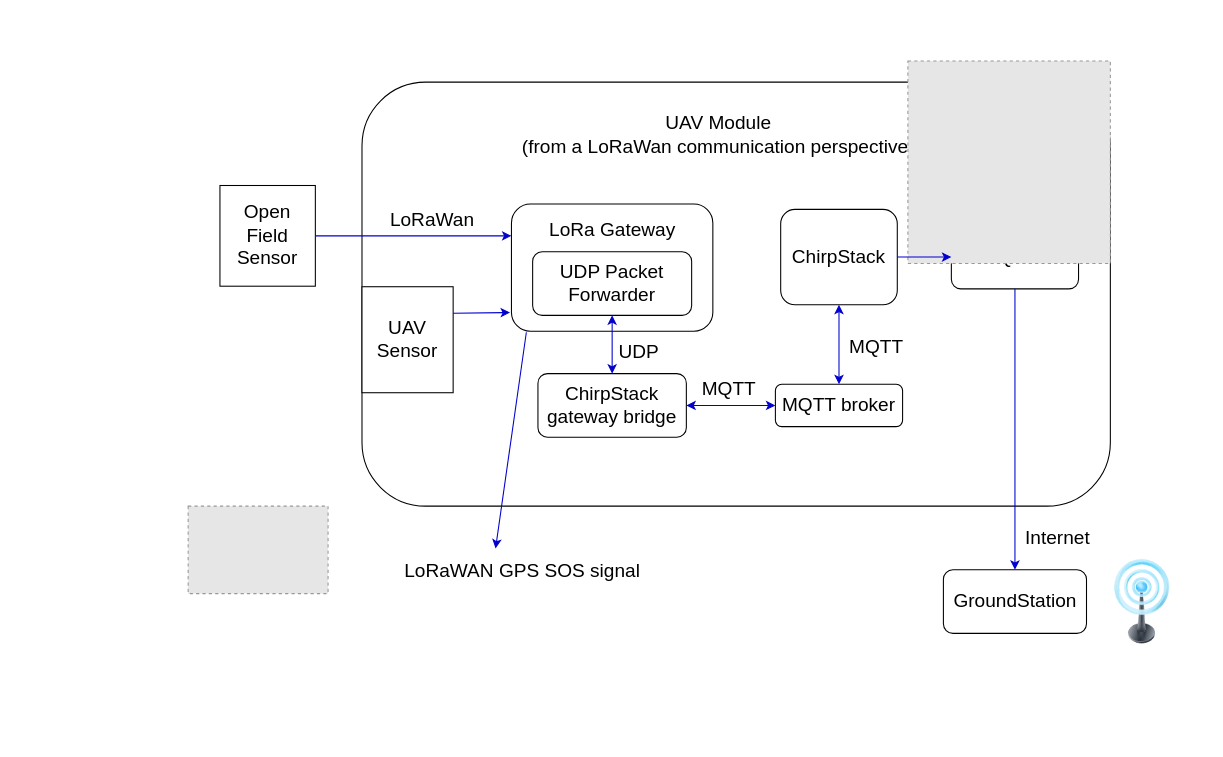
This is page "UAV" (4 of 4) of M2.drawio from PECI-Grupo-12-Drones/diagrams, a draw.io file, before an edit. Source tidied: cells renumbered, new cells numbered last; positions are measured from the earlier drawing's top-left corner, leaving out a move shared by most shapes. Both pictures are drawn from the tidied source at 106%, with x=0, y=0 at pixel (156, 60). Pictures stored in the file or linked from it are replaced by grey dashed boxes.
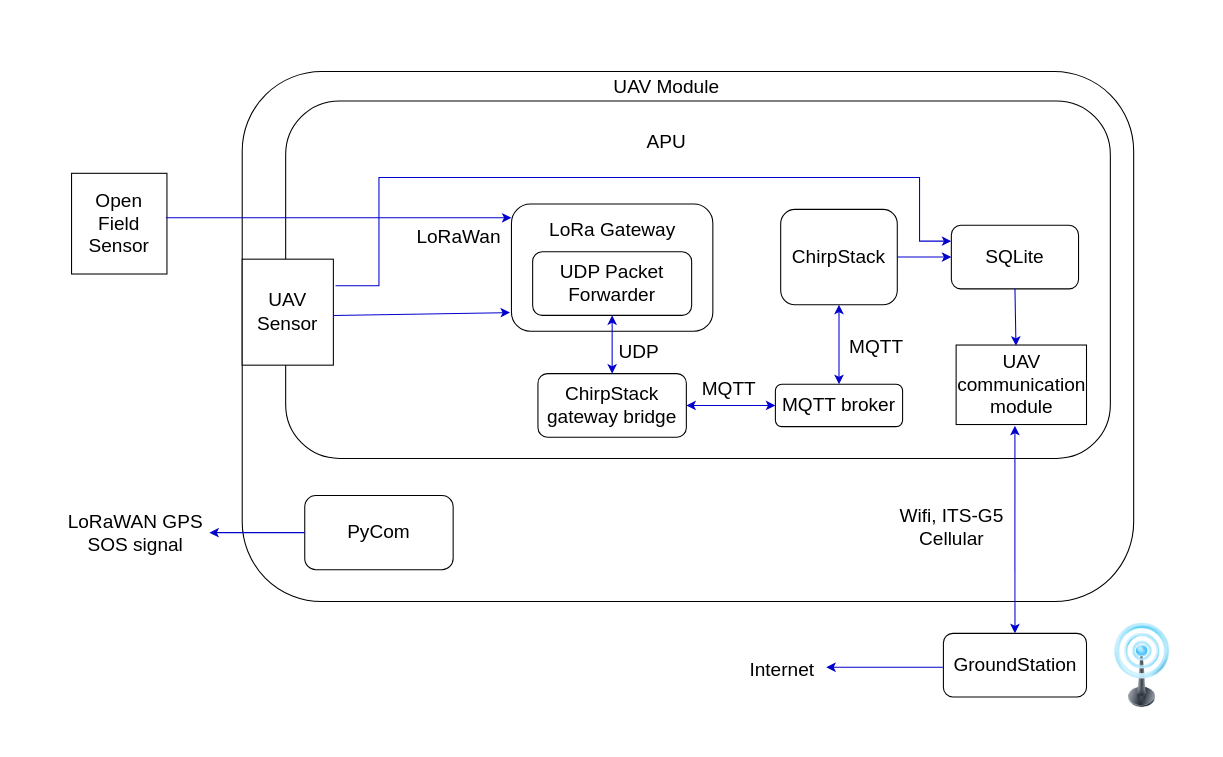
The same diagram, later.

The change refers to these unchanged cells:
```xml
<mxCell id="5" value="&lt;font style=&quot;font-size: 18px;&quot;&gt;ChirpStack&lt;/font&gt;" style="rounded=1;whiteSpace=wrap;html=1;" parent="1" vertex="1">
  <mxGeometry x="589" y="140" width="110" height="90" as="geometry" />
</mxCell>
<mxCell id="6" style="rounded=1;whiteSpace=wrap;html=1;" parent="1" vertex="1">
  <mxGeometry x="335" y="135" width="190" height="120" as="geometry" />
</mxCell>
<mxCell id="15" value="SQLite" style="rounded=1;whiteSpace=wrap;html=1;fontSize=18;" parent="1" vertex="1">
  <mxGeometry x="750" y="155" width="120" height="60" as="geometry" />
</mxCell>
```

Diff of the diagram source:
```diff
@@
-    <mxCell id="2" style="rounded=1;whiteSpace=wrap;html=1;fontSize=18;fillColor=none;strokeColor=none;" parent="1" vertex="1">
-      <mxGeometry width="990" height="570" as="geometry" />
-    </mxCell>
+    <mxCell id="32" style="rounded=1;whiteSpace=wrap;html=1;fontSize=18;fillColor=none;strokeColor=none;" parent="1" vertex="1">
+      <mxGeometry x="-130" y="-40" width="1120" height="680" as="geometry" />
+    </mxCell>
     <mxCell id="3" style="rounded=1;whiteSpace=wrap;html=1;" parent="1" vertex="1">
-      <mxGeometry x="194" y="20" width="706" height="400" as="geometry" />
+      <mxGeometry x="81" y="10" width="841" height="500" as="geometry" />
     </mxCell>
+    <mxCell id="33" style="rounded=1;whiteSpace=wrap;html=1;" parent="1" vertex="1">
+      <mxGeometry x="122" y="37.8" width="778" height="337.2" as="geometry" />
+    </mxCell>
-    <mxCell id="4" value="&lt;font style=&quot;font-size: 18px;&quot;&gt;UAV Module&lt;br&gt;(from a LoRaWan communication perspective)&lt;br&gt;&lt;/font&gt;" style="text;html=1;align=center;verticalAlign=middle;strokeColor=none;fillColor=none;" parent="1" vertex="1">
-      <mxGeometry x="335" y="40" width="390" height="60" as="geometry" />
+    <mxCell id="4" value="&lt;font style=&quot;font-size: 18px;&quot;&gt;UAV Module&lt;br&gt;&lt;/font&gt;" style="text;html=1;align=center;verticalAlign=middle;strokeColor=none;fillColor=none;" parent="1" vertex="1">
+      <mxGeometry x="421" y="5" width="120" height="40" as="geometry" />
     </mxCell>
@@
     <mxCell id="17" value="UAV&lt;br&gt;Sensor" style="rounded=0;whiteSpace=wrap;html=1;fontSize=18;" parent="1" vertex="1">
-      <mxGeometry x="194" y="213" width="86" height="100" as="geometry" />
+      <mxGeometry x="81" y="187" width="86" height="100" as="geometry" />
     </mxCell>
     <mxCell id="18" value="Open Field&lt;br&gt;Sensor" style="whiteSpace=wrap;html=1;fontSize=18;" parent="1" vertex="1">
-      <mxGeometry x="60" y="117.5" width="90" height="95" as="geometry" />
+      <mxGeometry x="-80" y="106" width="90" height="95" as="geometry" />
     </mxCell>
-    <mxCell id="19" style="endArrow=classic;html=1;rounded=0;fontSize=18;exitX=1;exitY=0.5;exitDx=0;exitDy=0;entryX=0;entryY=0.25;entryDx=0;entryDy=0;fillColor=#A9C4EB;strokeColor=#0000CC;" parent="1" edge="1" source="18" target="6">
-      <mxGeometry relative="1" as="geometry" />
+    <mxCell id="19" style="endArrow=classic;html=1;rounded=0;fontSize=18;entryX=0;entryY=0.25;entryDx=0;entryDy=0;fillColor=#A9C4EB;strokeColor=#0000CC;exitX=0.989;exitY=0.442;exitDx=0;exitDy=0;exitPerimeter=0;" parent="1" edge="1" source="18">
+      <mxGeometry relative="1" as="geometry">
+        <mxPoint x="335" y="148" as="targetPoint" />
+      </mxGeometry>
     </mxCell>
@@
-    <mxCell id="21" style="endArrow=classic;html=1;rounded=0;fontSize=18;exitX=1;exitY=0.25;exitDx=0;exitDy=0;entryX=-0.007;entryY=0.853;entryDx=0;entryDy=0;entryPerimeter=0;strokeColor=#0000CC;" parent="1" edge="1" source="17" target="6">
+    <mxCell id="21" style="endArrow=classic;html=1;rounded=0;fontSize=18;entryX=-0.007;entryY=0.853;entryDx=0;entryDy=0;entryPerimeter=0;strokeColor=#0000CC;exitX=0.999;exitY=0.531;exitDx=0;exitDy=0;exitPerimeter=0;" parent="1" edge="1" source="17" target="6">
       <mxGeometry relative="1" as="geometry" />
     </mxCell>
     <mxCell id="22" value="LoRaWan" style="text;html=1;align=center;verticalAlign=middle;strokeColor=none;fillColor=none;fontSize=18;" parent="1" vertex="1">
-      <mxGeometry x="210" y="130" width="100" height="40" as="geometry" />
+      <mxGeometry x="235" y="146" width="100" height="40" as="geometry" />
     </mxCell>
-    <mxCell id="23" style="endArrow=classic;html=1;rounded=0;fontSize=18;strokeColor=#0000CC;fillColor=#A9C4EB;exitX=0.5;exitY=1;exitDx=0;exitDy=0;" parent="1" edge="1" source="15">
-      <mxGeometry relative="1" as="geometry">
-        <mxPoint x="810" y="480" as="targetPoint" />
-      </mxGeometry>
-    </mxCell>
     <mxCell id="24" value="GroundStation" style="rounded=1;whiteSpace=wrap;html=1;fontSize=18;fillColor=#FFFFFF;" parent="1" vertex="1">
-      <mxGeometry x="742.5" y="480" width="135" height="60" as="geometry" />
+      <mxGeometry x="742.5" y="540" width="135" height="60" as="geometry" />
     </mxCell>
     <mxCell id="25" style="image;html=1;image=img/lib/clip_art/telecommunication/Signal_tower_on_128x128.png;fontSize=18;fillColor=#FFFFFF;" parent="1" vertex="1">
-      <mxGeometry x="890" y="470" width="80" height="80" as="geometry" />
+      <mxGeometry x="890" y="530" width="80" height="80" as="geometry" />
     </mxCell>
-    <mxCell id="26" style="fillColor=#E6E6E6;strokeColor=#999999;dashed=1;verticalLabelPosition=bottom;labelBackgroundColor=default;verticalAlign=top;" parent="1" vertex="1">
-      <mxGeometry x="709" width="191" height="191" as="geometry" />
-    </mxCell>
-    <mxCell id="27" style="fillColor=#E6E6E6;strokeColor=#999999;dashed=1;verticalLabelPosition=bottom;labelBackgroundColor=default;verticalAlign=top;" parent="1" vertex="1">
-      <mxGeometry x="30" y="420" width="132" height="82.5" as="geometry" />
-    </mxCell>
+    <mxCell id="29" style="endArrow=classic;html=1;rounded=0;fontSize=18;strokeColor=#0000CC;fillColor=#A9C4EB;exitX=1;exitY=0.5;exitDx=0;exitDy=0;entryX=0;entryY=0.5;entryDx=0;entryDy=0;" parent="1" edge="1" source="5" target="15">
+      <mxGeometry relative="1" as="geometry" />
+    </mxCell>
+    <mxCell id="31" value="LoRaWAN GPS &lt;br&gt;SOS signal" style="text;html=1;align=center;verticalAlign=middle;strokeColor=none;fillColor=none;fontSize=18;" parent="1" vertex="1">
+      <mxGeometry x="-95" y="416" width="150" height="60" as="geometry" />
+    </mxCell>
+    <mxCell id="34" value="&lt;font style=&quot;font-size: 18px;&quot;&gt;APU&lt;/font&gt;" style="text;html=1;align=center;verticalAlign=middle;strokeColor=none;fillColor=none;" parent="1" vertex="1">
+      <mxGeometry x="451" y="57" width="60" height="40" as="geometry" />
+    </mxCell>
+    <mxCell id="35" value="PyCom" style="rounded=1;whiteSpace=wrap;html=1;fontSize=18;" parent="1" vertex="1">
+      <mxGeometry x="140" y="410" width="140" height="70" as="geometry" />
+    </mxCell>
+    <mxCell id="36" style="endArrow=classic;html=1;rounded=0;fontSize=18;exitX=0;exitY=0.5;exitDx=0;exitDy=0;strokeColor=#0000CC;" parent="1" edge="1" source="35">
+      <mxGeometry relative="1" as="geometry">
+        <mxPoint x="50" y="445" as="targetPoint" />
+      </mxGeometry>
+    </mxCell>
+    <mxCell id="37" value="UAV communication module" style="rounded=0;whiteSpace=wrap;html=1;fontSize=18;" parent="1" vertex="1">
+      <mxGeometry x="754.5" y="268" width="123" height="75" as="geometry" />
+    </mxCell>
+    <mxCell id="38" style="endArrow=classic;html=1;rounded=0;fontSize=18;strokeColor=#0000CC;fillColor=#A9C4EB;exitX=0.5;exitY=1;exitDx=0;exitDy=0;entryX=0.459;entryY=0.009;entryDx=0;entryDy=0;entryPerimeter=0;" parent="1" edge="1" source="15" target="37">
+      <mxGeometry relative="1" as="geometry" />
+    </mxCell>
+    <mxCell id="39" style="endArrow=classic;startArrow=classic;html=1;rounded=0;fontSize=18;exitX=0.5;exitY=0;exitDx=0;exitDy=0;entryX=0.451;entryY=1.016;entryDx=0;entryDy=0;entryPerimeter=0;strokeColor=#0000CC;" parent="1" edge="1" source="24" target="37">
+      <mxGeometry relative="1" as="geometry" />
+    </mxCell>
+    <mxCell id="40" style="endArrow=classic;html=1;rounded=0;fontSize=18;strokeColor=#0000CC;" parent="1" edge="1">
+      <mxGeometry relative="1" as="geometry">
+        <mxPoint x="742" y="572" as="sourcePoint" />
+        <mxPoint x="632" y="572" as="targetPoint" />
+      </mxGeometry>
+    </mxCell>
     <mxCell id="28" value="Internet" style="text;html=1;align=center;verticalAlign=middle;strokeColor=none;fillColor=none;fontSize=18;" parent="1" vertex="1">
-      <mxGeometry x="810" y="430" width="80" height="40" as="geometry" />
+      <mxGeometry x="550" y="555" width="80" height="40" as="geometry" />
     </mxCell>
-    <mxCell id="29" style="endArrow=classic;html=1;rounded=0;fontSize=18;strokeColor=#0000CC;fillColor=#A9C4EB;exitX=1;exitY=0.5;exitDx=0;exitDy=0;entryX=0;entryY=0.5;entryDx=0;entryDy=0;" parent="1" edge="1" source="5" target="15">
-      <mxGeometry relative="1" as="geometry" />
-    </mxCell>
-    <mxCell id="30" style="endArrow=classic;html=1;rounded=0;fontSize=18;strokeColor=#0000CC;fillColor=#A9C4EB;exitX=0.074;exitY=1.008;exitDx=0;exitDy=0;exitPerimeter=0;" parent="1" edge="1" source="6">
-      <mxGeometry relative="1" as="geometry">
-        <mxPoint x="320" y="460" as="targetPoint" />
-      </mxGeometry>
-    </mxCell>
-    <mxCell id="31" value="LoRaWAN GPS SOS signal" style="text;html=1;align=center;verticalAlign=middle;strokeColor=none;fillColor=none;fontSize=18;" parent="1" vertex="1">
-      <mxGeometry x="220" y="461.2" width="250" height="40" as="geometry" />
-    </mxCell>
+    <mxCell id="41" value="Wifi, ITS-G5&lt;br&gt;Cellular" style="text;html=1;align=center;verticalAlign=middle;strokeColor=none;fillColor=none;fontSize=18;" parent="1" vertex="1">
+      <mxGeometry x="690" y="410" width="120" height="60" as="geometry" />
+    </mxCell>
+    <mxCell id="42" style="endArrow=classic;html=1;rounded=0;fontSize=18;strokeColor=#0000CC;exitX=1;exitY=0.25;exitDx=0;exitDy=0;entryX=0;entryY=0.25;entryDx=0;entryDy=0;" parent="1" edge="1" target="15">
+      <mxGeometry relative="1" as="geometry">
+        <mxPoint x="169" y="212" as="sourcePoint" />
+        <Array as="points">
+          <mxPoint x="210" y="212" />
+          <mxPoint x="210" y="110" />
+          <mxPoint x="720" y="110" />
+          <mxPoint x="720" y="170" />
+        </Array>
+      </mxGeometry>
+    </mxCell>
```
